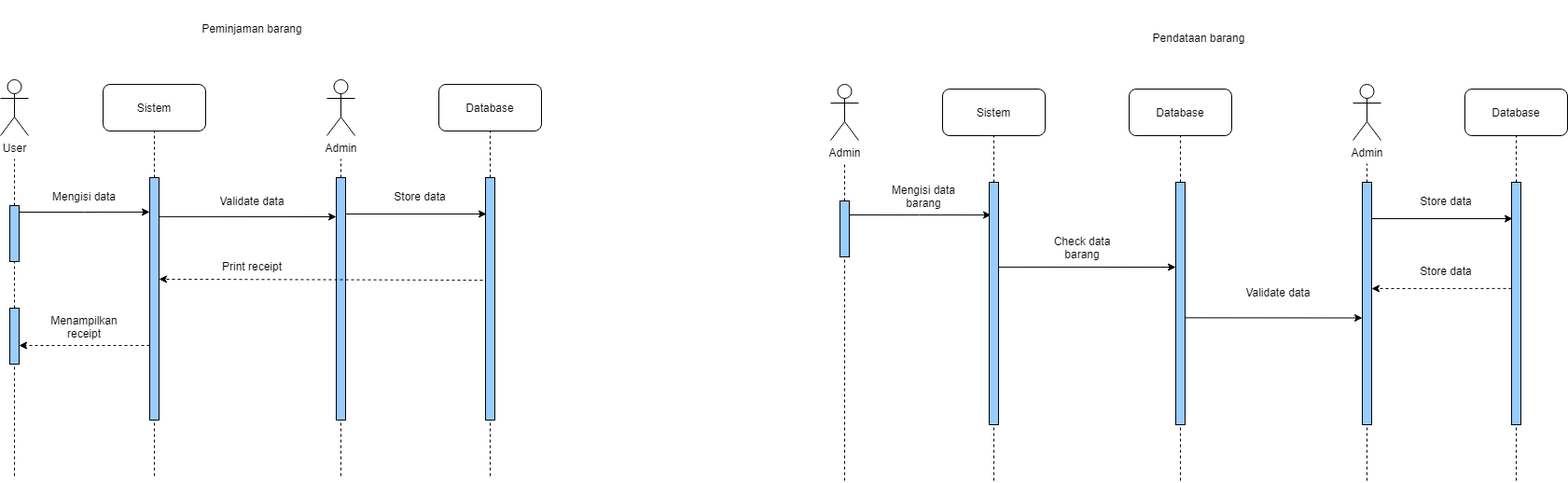
Earlier version of the draw.io export diagrams/Sequence Diagram.drawio.png (johannfac/aplikasipeminjamanaset). Source tidied: cells renumbered, new cells last; positions are measured from the earlier drawing's top-left corner, leaving out a move shared by most shapes.
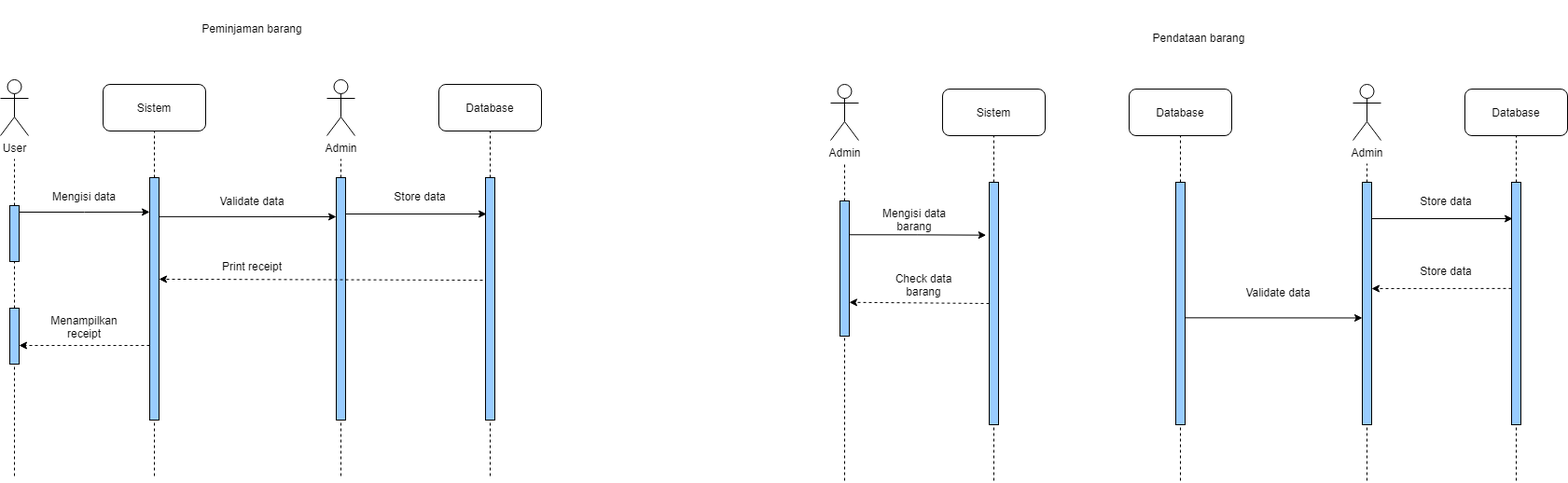
After the change.

What changed in the source:
```diff
@@ -161,11 +161,11 @@
         <mxPoint x="1625" y="515" as="sourcePoint" />
       </mxGeometry>
     </mxCell>
-    <mxCell id="44" style="edgeStyle=orthogonalEdgeStyle;rounded=0;jettySize=auto;html=1;exitX=1;exitY=0.25;exitDx=0;exitDy=0;entryX=0.2;entryY=0.135;entryDx=0;entryDy=0;entryPerimeter=0;" parent="1" edge="1" source="45" target="47">
+    <mxCell id="44" style="edgeStyle=orthogonalEdgeStyle;rounded=0;jettySize=auto;html=1;exitX=1;exitY=0.25;exitDx=0;exitDy=0;entryX=-0.329;entryY=0.218;entryDx=0;entryDy=0;entryPerimeter=0;" parent="1" edge="1" source="45" target="47">
       <mxGeometry relative="1" as="geometry" />
     </mxCell>
     <mxCell id="45" style="rounded=0;whiteSpace=wrap;html=1;fillColor=#99CCFF;" parent="1" vertex="1">
-      <mxGeometry x="900" y="215" width="10" height="60" as="geometry" />
+      <mxGeometry x="900" y="215" width="10" height="145" as="geometry" />
     </mxCell>
     <mxCell id="46" style="endArrow=none;dashed=1;html=1;rounded=0;" parent="1" edge="1" target="45">
       <mxGeometry relative="1" as="geometry">
@@ -197,16 +197,13 @@
       </mxGeometry>
     </mxCell>
     <mxCell id="53" value="Mengisi data barang" style="text;html=1;strokeColor=none;fillColor=none;align=center;verticalAlign=middle;whiteSpace=wrap;rounded=0;" parent="1" vertex="1">
-      <mxGeometry x="940" y="200" width="100" height="20" as="geometry" />
+      <mxGeometry x="930" y="225" width="100" height="20" as="geometry" />
     </mxCell>
     <mxCell id="54" value="Check data barang" style="text;html=1;strokeColor=none;fillColor=none;align=center;verticalAlign=middle;whiteSpace=wrap;rounded=0;" parent="1" vertex="1">
-      <mxGeometry x="1110" y="250" width="100" height="30" as="geometry" />
+      <mxGeometry x="940" y="290" width="100" height="30" as="geometry" />
     </mxCell>
-    <mxCell id="55" style="endArrow=classic;html=1;rounded=0;exitX=1;exitY=0.119;exitDx=0;exitDy=0;exitPerimeter=0;" parent="1" edge="1">
-      <mxGeometry relative="1" as="geometry">
-        <mxPoint x="1070" y="285.9" as="sourcePoint" />
-        <mxPoint x="1260" y="286" as="targetPoint" />
-      </mxGeometry>
+    <mxCell id="55" style="endArrow=classic;html=1;rounded=0;entryX=1;entryY=0.75;entryDx=0;entryDy=0;dashed=1;exitX=0;exitY=0.5;exitDx=0;exitDy=0;" parent="1" edge="1" source="47" target="45">
+      <mxGeometry relative="1" as="geometry" />
     </mxCell>
     <mxCell id="56" style="endArrow=classic;html=1;rounded=0;exitX=1;exitY=0.161;exitDx=0;exitDy=0;exitPerimeter=0;" parent="1" edge="1">
       <mxGeometry relative="1" as="geometry">
@@ -231,5 +228,8 @@
     <mxCell id="61" value="Store data" style="text;html=1;strokeColor=none;fillColor=none;align=center;verticalAlign=middle;whiteSpace=wrap;rounded=0;" parent="1" vertex="1">
       <mxGeometry x="1500" y="275" width="100" height="30" as="geometry" />
     </mxCell>
+    <mxCell id="62" style="edgeStyle=orthogonalEdgeStyle;rounded=0;orthogonalLoop=1;jettySize=auto;html=1;exitX=0.5;exitY=1;exitDx=0;exitDy=0;dashed=1;" parent="1" edge="1" source="53" target="53">
+      <mxGeometry relative="1" as="geometry" />
+    </mxCell>
   </root>
 </mxGraphModel>
```
